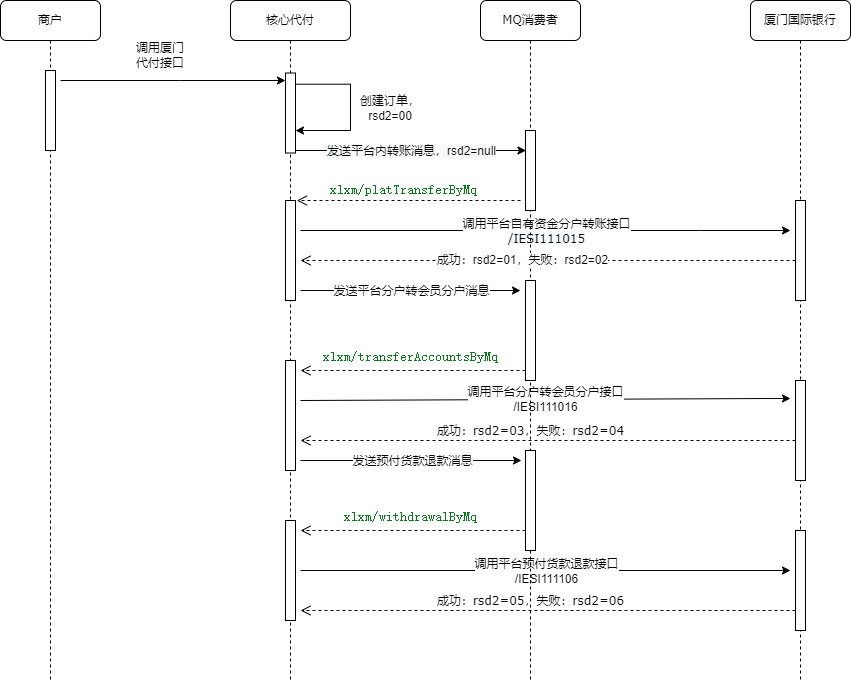
The draw.io diagram 厦门银行订单状态RSD_2.png in songyibo2019/mydiagrams, before a commit. Source tidied: cells renumbered, new cells last; positions are measured from the earlier drawing's top-left corner, leaving out a move shared by most shapes.
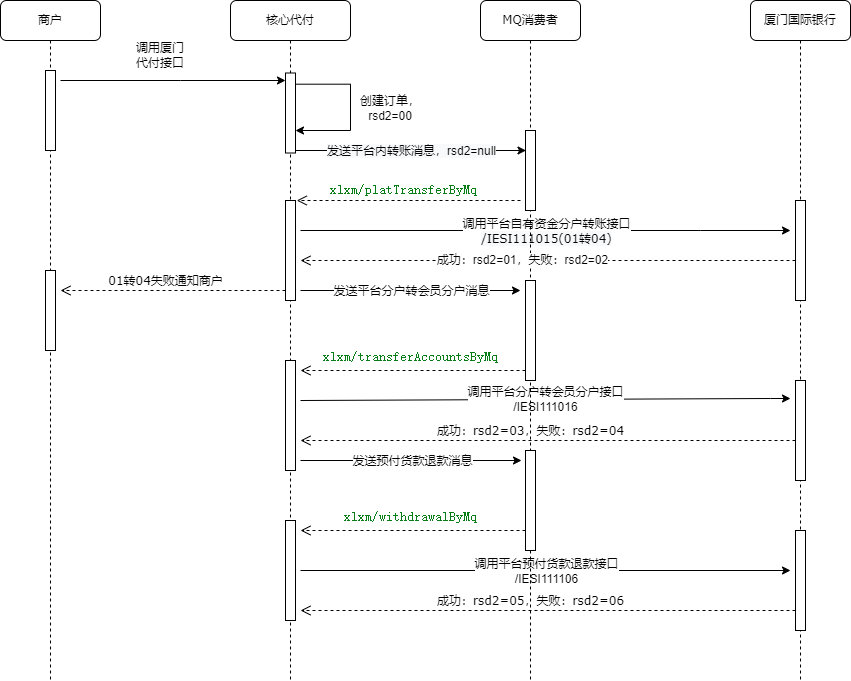
After the commit.

Commit message:
Update 厦门银行订单状态RSD_2.png

Change to the diagram source:
```diff
@@ -39,7 +39,7 @@
         </Array>
       </mxGeometry>
     </mxCell>
-    <mxCell id="7" value="调用平台自有资金分户转账接口&lt;br&gt;&lt;span style=&quot;font-family: &amp;#34;verdana&amp;#34; ; font-size: 10px ; text-align: left ; background-color: rgb(248 , 249 , 250)&quot;&gt;/IESI111015&lt;/span&gt;" style="edgeLabel;html=1;align=center;verticalAlign=middle;" parent="6" vertex="1">
+    <mxCell id="7" value="调用平台自有资金分户转账接口&lt;br&gt;&lt;span style=&quot;font-family: &amp;#34;verdana&amp;#34; ; font-size: 10px ; text-align: left ; background-color: rgb(248 , 249 , 250)&quot;&gt;/IESI111015(01转04)&lt;/span&gt;" style="edgeLabel;html=1;align=center;verticalAlign=middle;" parent="6" vertex="1">
       <mxGeometry relative="1" as="geometry" />
     </mxCell>
     <mxCell id="8" style="endArrow=classic;html=1;rounded=0;" parent="2" edge="1">
@@ -127,6 +127,9 @@
     <mxCell id="29" style="html=1;perimeter=orthogonalPerimeter;rounded=0;shadow=0;comic=0;labelBackgroundColor=none;strokeWidth=1;fontFamily=Verdana;fontSize=12;align=center;" parent="28" vertex="1">
       <mxGeometry x="45" y="70" width="10" height="80" as="geometry" />
     </mxCell>
+    <mxCell id="40" style="html=1;perimeter=orthogonalPerimeter;rounded=0;shadow=0;comic=0;labelBackgroundColor=none;strokeWidth=1;fontFamily=Verdana;fontSize=12;align=center;" parent="28" vertex="1">
+      <mxGeometry x="45" y="270" width="10" height="80" as="geometry" />
+    </mxCell>
     <mxCell id="30" value="成功：rsd2=05，失败：rsd2=06" style="html=1;verticalAlign=bottom;endArrow=open;dashed=1;endSize=8;exitX=0;exitY=0.95;labelBackgroundColor=none;fontFamily=Verdana;fontSize=12;" parent="1" edge="1">
       <mxGeometry x="0.07" relative="1" as="geometry">
         <mxPoint x="795" y="610" as="sourcePoint" />
@@ -180,5 +183,11 @@
         <mxPoint x="300" y="530" as="targetPoint" />
       </mxGeometry>
     </mxCell>
+    <mxCell id="41" value="01转04失败通知商户" style="html=1;verticalAlign=bottom;endArrow=open;dashed=1;endSize=8;labelBackgroundColor=none;fontFamily=Verdana;fontSize=12;" parent="1" edge="1">
+      <mxGeometry x="0.07" relative="1" as="geometry">
+        <mxPoint x="285" y="290" as="sourcePoint" />
+        <mxPoint x="60" y="290" as="targetPoint" />
+      </mxGeometry>
+    </mxCell>
   </root>
 </mxGraphModel>
```
